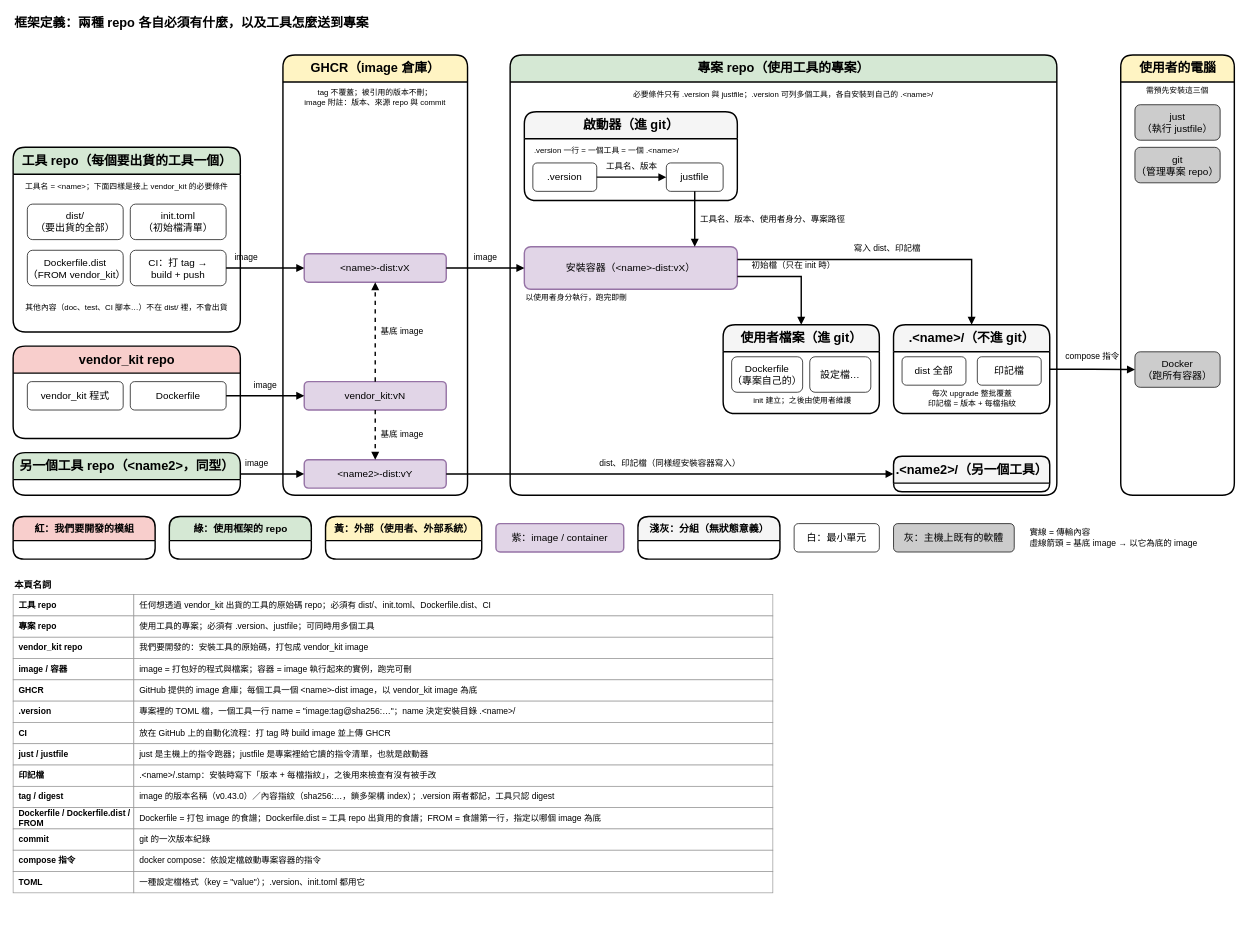
ycpss91255-research/vendor_kit keeps this draw.io diagram as page "2. 框架定義" (2 of 7) of dist_distribution.drawio. Above is the earlier version. Source tidied: cells renumbered, new cells numbered last; positions are measured from the earlier drawing's top-left corner, leaving out a move shared by most shapes. Both pictures are drawn from the tidied source at 71%, with x=0, y=0 at pixel (13, 12).
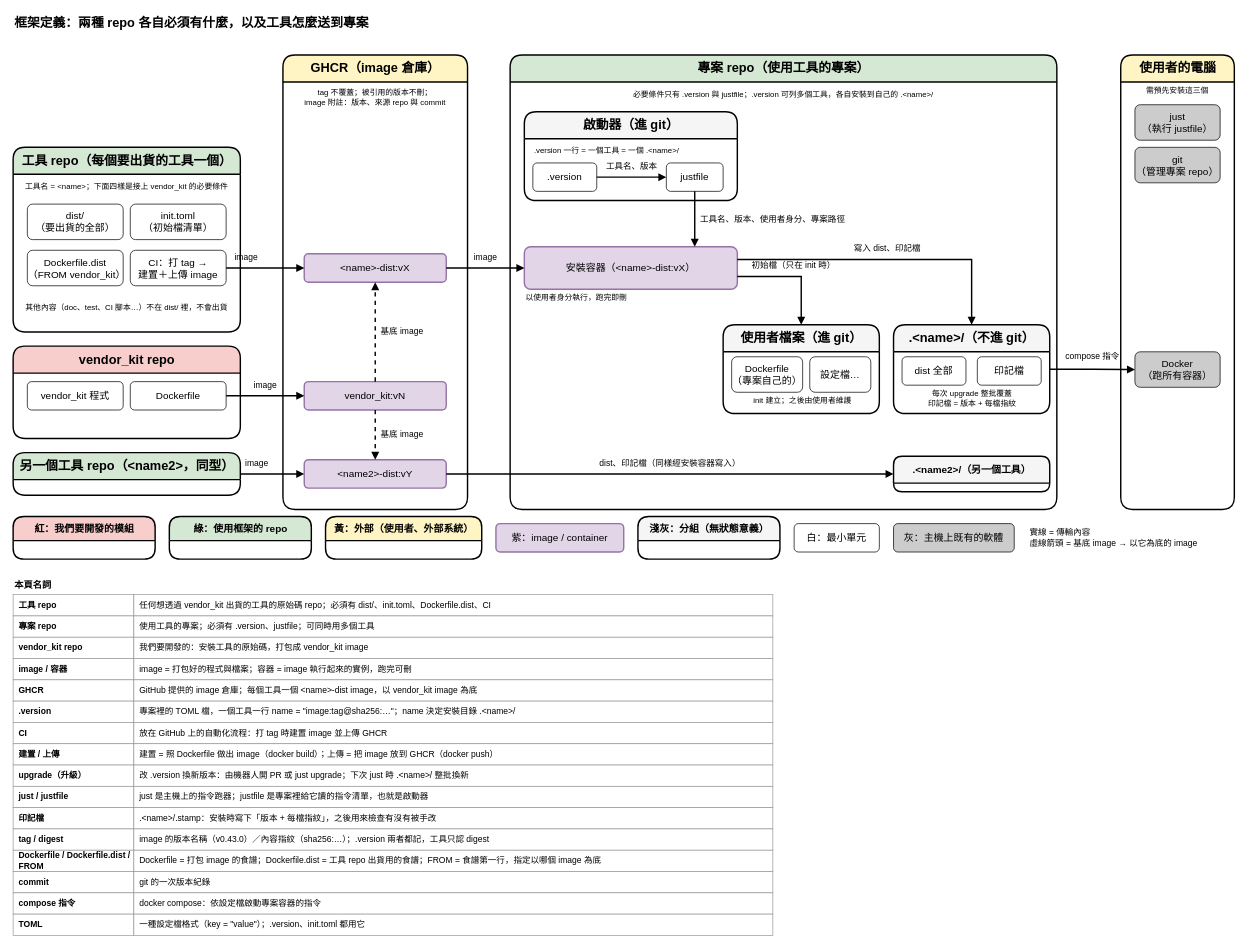
The same page after the edit.

The change refers to these unchanged cells:
```xml
<mxCell id="3" value="工具 repo（每個要出貨的工具一個）" style="swimlane;html=1;rounded=1;startSize=38;fontStyle=1;fontSize=18;fillColor=#d5e8d4;swimlaneFillColor=#ffffff;strokeColor=#000000;strokeWidth=2;" parent="1" vertex="1">
  <mxGeometry y="190" width="320" height="260" as="geometry" />
</mxCell>
```

The edit, as a diff of the source:
```diff
@@
-    <mxCell id="8" value="CI：打 tag →&lt;br&gt;build + push" style="rounded=1;whiteSpace=wrap;html=1;fillColor=#ffffff;strokeColor=light-dark(#000000,#9577A3);fontSize=14;strokeWidth=1;" parent="3" vertex="1">
+    <mxCell id="8" value="CI：打 tag →&lt;br&gt;建置＋上傳 image" style="rounded=1;whiteSpace=wrap;html=1;fillColor=#ffffff;strokeColor=light-dark(#000000,#9577A3);fontSize=14;strokeWidth=1;" parent="3" vertex="1">
       <mxGeometry x="165" y="145" width="135" height="50" as="geometry" />
     </mxCell>
@@
     <mxCell id="14" value="GHCR（image 倉庫）" style="swimlane;html=1;rounded=1;startSize=38;fontStyle=1;fontSize=18;fillColor=#FFF4C3;swimlaneFillColor=#ffffff;strokeColor=#000000;strokeWidth=2;" parent="1" vertex="1">
-      <mxGeometry x="380" y="60" width="260" height="620" as="geometry" />
+      <mxGeometry x="380" y="60" width="260" height="640" as="geometry" />
     </mxCell>
@@
     <mxCell id="19" value="專案 repo（使用工具的專案）" style="swimlane;html=1;rounded=1;startSize=38;fontStyle=1;fontSize=18;fillColor=#d5e8d4;swimlaneFillColor=#ffffff;strokeColor=#000000;strokeWidth=2;" parent="1" vertex="1">
-      <mxGeometry x="700" y="60" width="770" height="620" as="geometry" />
+      <mxGeometry x="700" y="60" width="770" height="640" as="geometry" />
     </mxCell>
@@
-    <mxCell id="35" value=".&amp;lt;name2&amp;gt;/（另一個工具）" style="swimlane;html=1;rounded=1;startSize=38;fontStyle=1;fontSize=18;fillColor=#f5f5f5;swimlaneFillColor=#ffffff;strokeColor=#000000;strokeWidth=2;" parent="19" vertex="1">
+    <mxCell id="35" value=".&amp;lt;name2&amp;gt;/（另一個工具）" style="swimlane;html=1;rounded=1;startSize=38;fontStyle=1;fontSize=14;fillColor=#f5f5f5;swimlaneFillColor=#ffffff;strokeColor=#000000;strokeWidth=2;" parent="19" vertex="1">
       <mxGeometry x="540" y="565" width="220" height="50" as="geometry" />
     </mxCell>
     <mxCell id="36" value="使用者的電腦" style="swimlane;html=1;rounded=1;startSize=38;fontStyle=1;fontSize=18;fillColor=#FFF4C3;swimlaneFillColor=#ffffff;strokeColor=#000000;strokeWidth=2;" parent="1" vertex="1">
-      <mxGeometry x="1560" y="60" width="160" height="620" as="geometry" />
+      <mxGeometry x="1560" y="60" width="160" height="640" as="geometry" />
     </mxCell>
@@
-    <mxCell id="75" value="放在 GitHub 上的自動化流程：打 tag 時 build image 並上傳 GHCR" style="rounded=0;whiteSpace=wrap;html=1;fillColor=#ffffff;strokeColor=#999999;fontSize=12;align=left;spacingLeft=6;strokeWidth=1;" parent="1" vertex="1">
+    <mxCell id="75" value="放在 GitHub 上的自動化流程：打 tag 時建置 image 並上傳 GHCR" style="rounded=0;whiteSpace=wrap;html=1;fillColor=#ffffff;strokeColor=#999999;fontSize=12;align=left;spacingLeft=6;strokeWidth=1;" parent="1" vertex="1">
       <mxGeometry x="170" y="1000" width="900" height="30" as="geometry" />
     </mxCell>
-    <mxCell id="76" value="just / justfile" style="rounded=0;whiteSpace=wrap;html=1;fillColor=#ffffff;strokeColor=#999999;fontSize=12;fontStyle=1;align=left;spacingLeft=6;strokeWidth=1;" parent="1" vertex="1">
+    <mxCell id="76" value="建置 / 上傳" style="rounded=0;whiteSpace=wrap;html=1;fillColor=#ffffff;strokeColor=#999999;fontSize=12;fontStyle=1;align=left;spacingLeft=6;strokeWidth=1;" parent="1" vertex="1">
       <mxGeometry y="1030" width="170" height="30" as="geometry" />
     </mxCell>
-    <mxCell id="77" value="just 是主機上的指令跑器；justfile 是專案裡給它讀的指令清單，也就是啟動器" style="rounded=0;whiteSpace=wrap;html=1;fillColor=#ffffff;strokeColor=#999999;fontSize=12;align=left;spacingLeft=6;strokeWidth=1;" parent="1" vertex="1">
+    <mxCell id="77" value="建置 = 照 Dockerfile 做出 image（docker build）；上傳 = 把 image 放到 GHCR（docker push）" style="rounded=0;whiteSpace=wrap;html=1;fillColor=#ffffff;strokeColor=#999999;fontSize=12;align=left;spacingLeft=6;strokeWidth=1;" parent="1" vertex="1">
       <mxGeometry x="170" y="1030" width="900" height="30" as="geometry" />
     </mxCell>
-    <mxCell id="78" value="印記檔" style="rounded=0;whiteSpace=wrap;html=1;fillColor=#ffffff;strokeColor=#999999;fontSize=12;fontStyle=1;align=left;spacingLeft=6;strokeWidth=1;" parent="1" vertex="1">
+    <mxCell id="78" value="upgrade（升級）" style="rounded=0;whiteSpace=wrap;html=1;fillColor=#ffffff;strokeColor=#999999;fontSize=12;fontStyle=1;align=left;spacingLeft=6;strokeWidth=1;" parent="1" vertex="1">
       <mxGeometry y="1060" width="170" height="30" as="geometry" />
     </mxCell>
-    <mxCell id="79" value=".&amp;lt;name&amp;gt;/.stamp：安裝時寫下「版本 + 每檔指紋」，之後用來檢查有沒有被手改" style="rounded=0;whiteSpace=wrap;html=1;fillColor=#ffffff;strokeColor=#999999;fontSize=12;align=left;spacingLeft=6;strokeWidth=1;" parent="1" vertex="1">
+    <mxCell id="79" value="改 .version 換新版本：由機器人開 PR 或 just upgrade；下次 just 時 .&amp;lt;name&amp;gt;/ 整批換新" style="rounded=0;whiteSpace=wrap;html=1;fillColor=#ffffff;strokeColor=#999999;fontSize=12;align=left;spacingLeft=6;strokeWidth=1;" parent="1" vertex="1">
       <mxGeometry x="170" y="1060" width="900" height="30" as="geometry" />
     </mxCell>
-    <mxCell id="80" value="tag / digest" style="rounded=0;whiteSpace=wrap;html=1;fillColor=#ffffff;strokeColor=#999999;fontSize=12;fontStyle=1;align=left;spacingLeft=6;strokeWidth=1;" parent="1" vertex="1">
+    <mxCell id="80" value="just / justfile" style="rounded=0;whiteSpace=wrap;html=1;fillColor=#ffffff;strokeColor=#999999;fontSize=12;fontStyle=1;align=left;spacingLeft=6;strokeWidth=1;" parent="1" vertex="1">
       <mxGeometry y="1090" width="170" height="30" as="geometry" />
     </mxCell>
-    <mxCell id="81" value="image 的版本名稱（v0.43.0）／內容指紋（sha256:…，鎖多架構 index）；.version 兩者都記，工具只認 digest" style="rounded=0;whiteSpace=wrap;html=1;fillColor=#ffffff;strokeColor=#999999;fontSize=12;align=left;spacingLeft=6;strokeWidth=1;" parent="1" vertex="1">
+    <mxCell id="81" value="just 是主機上的指令跑器；justfile 是專案裡給它讀的指令清單，也就是啟動器" style="rounded=0;whiteSpace=wrap;html=1;fillColor=#ffffff;strokeColor=#999999;fontSize=12;align=left;spacingLeft=6;strokeWidth=1;" parent="1" vertex="1">
       <mxGeometry x="170" y="1090" width="900" height="30" as="geometry" />
     </mxCell>
-    <mxCell id="82" value="Dockerfile / Dockerfile.dist / FROM" style="rounded=0;whiteSpace=wrap;html=1;fillColor=#ffffff;strokeColor=#999999;fontSize=12;fontStyle=1;align=left;spacingLeft=6;strokeWidth=1;" parent="1" vertex="1">
+    <mxCell id="82" value="印記檔" style="rounded=0;whiteSpace=wrap;html=1;fillColor=#ffffff;strokeColor=#999999;fontSize=12;fontStyle=1;align=left;spacingLeft=6;strokeWidth=1;" parent="1" vertex="1">
       <mxGeometry y="1120" width="170" height="30" as="geometry" />
     </mxCell>
-    <mxCell id="83" value="Dockerfile = 打包 image 的食譜；Dockerfile.dist = 工具 repo 出貨用的食譜；FROM = 食譜第一行，指定以哪個 image 為底" style="rounded=0;whiteSpace=wrap;html=1;fillColor=#ffffff;strokeColor=#999999;fontSize=12;align=left;spacingLeft=6;strokeWidth=1;" parent="1" vertex="1">
+    <mxCell id="83" value=".&amp;lt;name&amp;gt;/.stamp：安裝時寫下「版本 + 每檔指紋」，之後用來檢查有沒有被手改" style="rounded=0;whiteSpace=wrap;html=1;fillColor=#ffffff;strokeColor=#999999;fontSize=12;align=left;spacingLeft=6;strokeWidth=1;" parent="1" vertex="1">
       <mxGeometry x="170" y="1120" width="900" height="30" as="geometry" />
     </mxCell>
-    <mxCell id="84" value="commit" style="rounded=0;whiteSpace=wrap;html=1;fillColor=#ffffff;strokeColor=#999999;fontSize=12;fontStyle=1;align=left;spacingLeft=6;strokeWidth=1;" parent="1" vertex="1">
+    <mxCell id="84" value="tag / digest" style="rounded=0;whiteSpace=wrap;html=1;fillColor=#ffffff;strokeColor=#999999;fontSize=12;fontStyle=1;align=left;spacingLeft=6;strokeWidth=1;" parent="1" vertex="1">
       <mxGeometry y="1150" width="170" height="30" as="geometry" />
     </mxCell>
-    <mxCell id="85" value="git 的一次版本紀錄" style="rounded=0;whiteSpace=wrap;html=1;fillColor=#ffffff;strokeColor=#999999;fontSize=12;align=left;spacingLeft=6;strokeWidth=1;" parent="1" vertex="1">
+    <mxCell id="85" value="image 的版本名稱（v0.43.0）／內容指紋（sha256:…）；.version 兩者都記，工具只認 digest" style="rounded=0;whiteSpace=wrap;html=1;fillColor=#ffffff;strokeColor=#999999;fontSize=12;align=left;spacingLeft=6;strokeWidth=1;" parent="1" vertex="1">
       <mxGeometry x="170" y="1150" width="900" height="30" as="geometry" />
     </mxCell>
-    <mxCell id="86" value="compose 指令" style="rounded=0;whiteSpace=wrap;html=1;fillColor=#ffffff;strokeColor=#999999;fontSize=12;fontStyle=1;align=left;spacingLeft=6;strokeWidth=1;" parent="1" vertex="1">
+    <mxCell id="86" value="Dockerfile / Dockerfile.dist / FROM" style="rounded=0;whiteSpace=wrap;html=1;fillColor=#ffffff;strokeColor=#999999;fontSize=12;fontStyle=1;align=left;spacingLeft=6;strokeWidth=1;" parent="1" vertex="1">
       <mxGeometry y="1180" width="170" height="30" as="geometry" />
     </mxCell>
-    <mxCell id="87" value="docker compose：依設定檔啟動專案容器的指令" style="rounded=0;whiteSpace=wrap;html=1;fillColor=#ffffff;strokeColor=#999999;fontSize=12;align=left;spacingLeft=6;strokeWidth=1;" parent="1" vertex="1">
+    <mxCell id="87" value="Dockerfile = 打包 image 的食譜；Dockerfile.dist = 工具 repo 出貨用的食譜；FROM = 食譜第一行，指定以哪個 image 為底" style="rounded=0;whiteSpace=wrap;html=1;fillColor=#ffffff;strokeColor=#999999;fontSize=12;align=left;spacingLeft=6;strokeWidth=1;" parent="1" vertex="1">
       <mxGeometry x="170" y="1180" width="900" height="30" as="geometry" />
     </mxCell>
-    <mxCell id="88" value="TOML" style="rounded=0;whiteSpace=wrap;html=1;fillColor=#ffffff;strokeColor=#999999;fontSize=12;fontStyle=1;align=left;spacingLeft=6;strokeWidth=1;" parent="1" vertex="1">
+    <mxCell id="88" value="commit" style="rounded=0;whiteSpace=wrap;html=1;fillColor=#ffffff;strokeColor=#999999;fontSize=12;fontStyle=1;align=left;spacingLeft=6;strokeWidth=1;" parent="1" vertex="1">
       <mxGeometry y="1210" width="170" height="30" as="geometry" />
     </mxCell>
-    <mxCell id="89" value="一種設定檔格式（key = &quot;value&quot;）；.version、init.toml 都用它" style="rounded=0;whiteSpace=wrap;html=1;fillColor=#ffffff;strokeColor=#999999;fontSize=12;align=left;spacingLeft=6;strokeWidth=1;" parent="1" vertex="1">
+    <mxCell id="89" value="git 的一次版本紀錄" style="rounded=0;whiteSpace=wrap;html=1;fillColor=#ffffff;strokeColor=#999999;fontSize=12;align=left;spacingLeft=6;strokeWidth=1;" parent="1" vertex="1">
       <mxGeometry x="170" y="1210" width="900" height="30" as="geometry" />
     </mxCell>
+    <mxCell id="90" value="compose 指令" style="rounded=0;whiteSpace=wrap;html=1;fillColor=#ffffff;strokeColor=#999999;fontSize=12;fontStyle=1;align=left;spacingLeft=6;strokeWidth=1;" parent="1" vertex="1">
+      <mxGeometry y="1240" width="170" height="30" as="geometry" />
+    </mxCell>
+    <mxCell id="91" value="docker compose：依設定檔啟動專案容器的指令" style="rounded=0;whiteSpace=wrap;html=1;fillColor=#ffffff;strokeColor=#999999;fontSize=12;align=left;spacingLeft=6;strokeWidth=1;" parent="1" vertex="1">
+      <mxGeometry x="170" y="1240" width="900" height="30" as="geometry" />
+    </mxCell>
+    <mxCell id="92" value="TOML" style="rounded=0;whiteSpace=wrap;html=1;fillColor=#ffffff;strokeColor=#999999;fontSize=12;fontStyle=1;align=left;spacingLeft=6;strokeWidth=1;" parent="1" vertex="1">
+      <mxGeometry y="1270" width="170" height="30" as="geometry" />
+    </mxCell>
+    <mxCell id="93" value="一種設定檔格式（key = &quot;value&quot;）；.version、init.toml 都用它" style="rounded=0;whiteSpace=wrap;html=1;fillColor=#ffffff;strokeColor=#999999;fontSize=12;align=left;spacingLeft=6;strokeWidth=1;" parent="1" vertex="1">
+      <mxGeometry x="170" y="1270" width="900" height="30" as="geometry" />
+    </mxCell>
```
